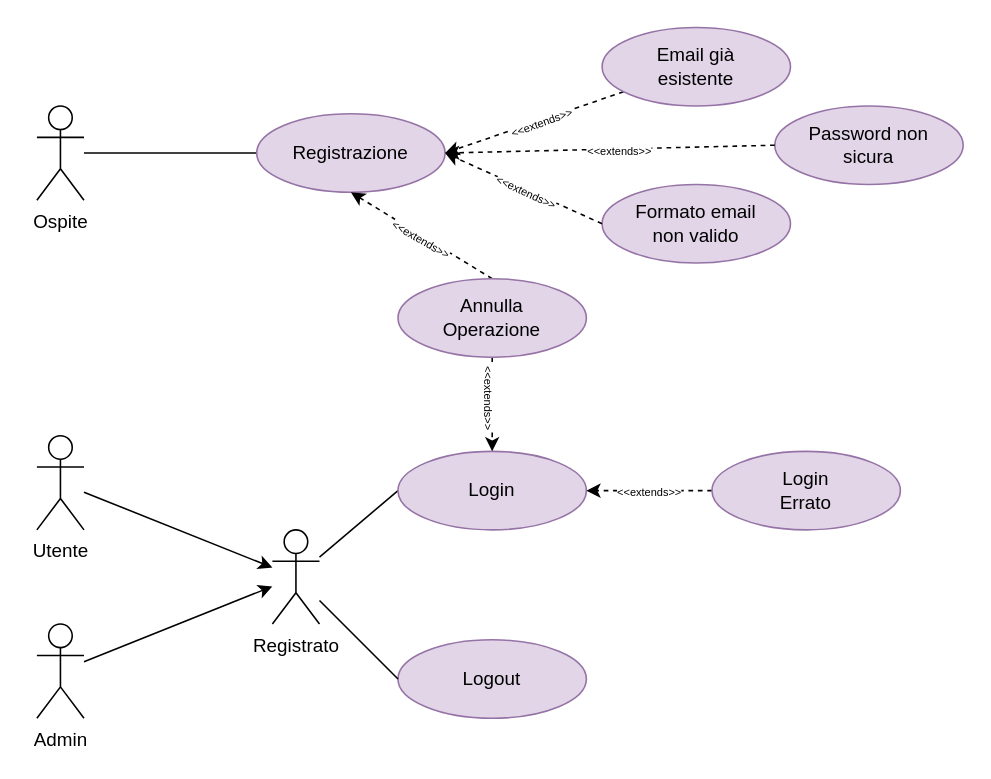
The draw.io diagram page "Autenticazione" (1 of 6) of Docs/Requirements Analysis/Diagrams/Use Cases/Winer.drawio in Gprisco/winer-unisa, before the edit. Source tidied: cells renumbered, new cells numbered last; positions are measured from the earlier drawing's top-left corner, leaving out a move shared by most shapes. Both pictures are drawn from the tidied source at 157%, with x=0, y=0 at pixel (36, 27).
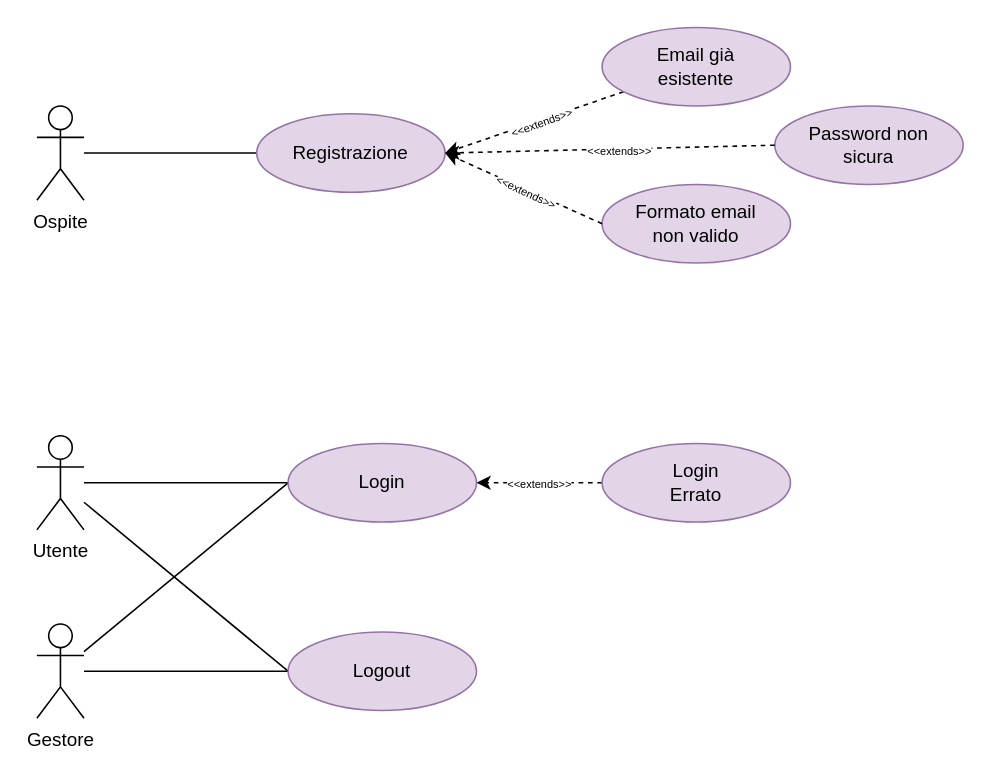
The same page after the edit.

Unchanged cells that the change refers to:
```xml
<mxCell id="4" value="Registrazione" style="ellipse;whiteSpace=wrap;html=1;fillColor=#e1d5e7;strokeColor=#9673a6;" parent="1" vertex="1">
  <mxGeometry x="140" y="55" width="120" height="50" as="geometry" />
</mxCell>
<mxCell id="9" value="Utente" style="shape=umlActor;verticalLabelPosition=bottom;verticalAlign=top;html=1;outlineConnect=0;" parent="1" vertex="1">
  <mxGeometry y="260" width="30" height="60" as="geometry" />
</mxCell>
```

What changed in the source:
```diff
@@
-    <mxCell id="8" style="rounded=0;jettySize=auto;html=1;" parent="1" edge="1" source="9" target="13">
-      <mxGeometry relative="1" as="geometry" />
-    </mxCell>
+    <mxCell id="30" style="edgeStyle=orthogonalEdgeStyle;rounded=0;jettySize=auto;html=1;endArrow=none;endFill=0;" parent="1" edge="1" source="9" target="14">
+      <mxGeometry relative="1" as="geometry">
+        <Array as="points">
+          <mxPoint x="120" y="290" />
+          <mxPoint x="120" y="290" />
+        </Array>
+      </mxGeometry>
+    </mxCell>
+    <mxCell id="31" style="rounded=0;jettySize=auto;html=1;entryX=0;entryY=0.5;entryDx=0;entryDy=0;endArrow=none;endFill=0;" parent="1" edge="1" source="9" target="15">
+      <mxGeometry relative="1" as="geometry" />
+    </mxCell>
@@
-    <mxCell id="10" style="edgeStyle=none;rounded=0;jettySize=auto;html=1;" parent="1" edge="1" source="11" target="13">
-      <mxGeometry relative="1" as="geometry" />
-    </mxCell>
+    <mxCell id="32" style="edgeStyle=orthogonalEdgeStyle;rounded=0;jettySize=auto;html=1;endArrow=none;endFill=0;" parent="1" edge="1" source="11" target="15">
+      <mxGeometry relative="1" as="geometry" />
+    </mxCell>
+    <mxCell id="33" style="edgeStyle=none;rounded=0;jettySize=auto;html=1;entryX=0;entryY=0.5;entryDx=0;entryDy=0;endArrow=none;endFill=0;" parent="1" edge="1" source="11" target="14">
+      <mxGeometry relative="1" as="geometry" />
+    </mxCell>
-    <mxCell id="11" value="Admin" style="shape=umlActor;verticalLabelPosition=bottom;verticalAlign=top;html=1;outlineConnect=0;" parent="1" vertex="1">
+    <mxCell id="11" value="Gestore" style="shape=umlActor;verticalLabelPosition=bottom;verticalAlign=top;html=1;outlineConnect=0;" parent="1" vertex="1">
       <mxGeometry y="380" width="30" height="60" as="geometry" />
     </mxCell>
-    <mxCell id="12" style="edgeStyle=none;rounded=0;jettySize=auto;html=1;endArrow=none;endFill=0;entryX=0;entryY=0.5;entryDx=0;entryDy=0;" parent="1" edge="1" source="13" target="14">
-      <mxGeometry relative="1" as="geometry" />
-    </mxCell>
-    <mxCell id="13" value="Registrato" style="shape=umlActor;verticalLabelPosition=bottom;verticalAlign=top;html=1;outlineConnect=0;" parent="1" vertex="1">
-      <mxGeometry x="150" y="320" width="30" height="60" as="geometry" />
-    </mxCell>
     <mxCell id="14" value="Login" style="ellipse;whiteSpace=wrap;html=1;fillColor=#e1d5e7;strokeColor=#9673a6;" parent="1" vertex="1">
-      <mxGeometry x="230" y="270" width="120" height="50" as="geometry" />
+      <mxGeometry x="160" y="265" width="120" height="50" as="geometry" />
     </mxCell>
     <mxCell id="15" value="Logout" style="ellipse;whiteSpace=wrap;html=1;fillColor=#e1d5e7;strokeColor=#9673a6;" parent="1" vertex="1">
-      <mxGeometry x="230" y="390" width="120" height="50" as="geometry" />
+      <mxGeometry x="160" y="385" width="120" height="50" as="geometry" />
     </mxCell>
-    <mxCell id="16" style="edgeStyle=none;rounded=0;jettySize=auto;html=1;endArrow=none;endFill=0;entryX=0;entryY=0.5;entryDx=0;entryDy=0;" parent="1" edge="1" source="13" target="15">
-      <mxGeometry relative="1" as="geometry" />
-    </mxCell>
@@
     <mxCell id="18" value="Login&lt;br&gt;Errato" style="ellipse;whiteSpace=wrap;html=1;fillColor=#e1d5e7;strokeColor=#9673a6;" parent="1" vertex="1">
-      <mxGeometry x="430" y="270" width="120" height="50" as="geometry" />
+      <mxGeometry x="360" y="265" width="120" height="50" as="geometry" />
     </mxCell>
-    <mxCell id="19" style="rounded=0;jettySize=auto;html=1;dashed=1;entryX=0.5;entryY=1;entryDx=0;entryDy=0;exitX=0.5;exitY=0;exitDx=0;exitDy=0;" parent="1" edge="1" source="23" target="4">
-      <mxGeometry relative="1" as="geometry" />
-    </mxCell>
-    <mxCell id="20" value="&lt;span style=&quot;font-size: 7px&quot;&gt;&amp;lt;&amp;lt;extends&amp;gt;&amp;gt;&lt;/span&gt;" style="edgeLabel;html=1;align=center;verticalAlign=middle;rotation=30;" parent="19" vertex="1">
-      <mxGeometry x="-0.02" y="1" relative="1" as="geometry" />
-    </mxCell>
-    <mxCell id="21" style="edgeStyle=none;rounded=0;jettySize=auto;html=1;entryX=0.5;entryY=0;entryDx=0;entryDy=0;dashed=1;exitX=0.5;exitY=1;exitDx=0;exitDy=0;" parent="1" edge="1" source="23" target="14">
-      <mxGeometry relative="1" as="geometry" />
-    </mxCell>
-    <mxCell id="22" value="&lt;span style=&quot;font-size: 7px&quot;&gt;&amp;lt;&amp;lt;extends&amp;gt;&amp;gt;&lt;/span&gt;" style="edgeLabel;html=1;align=center;verticalAlign=middle;rotation=90;" parent="21" vertex="1">
-      <mxGeometry x="-0.17" relative="1" as="geometry" />
-    </mxCell>
-    <mxCell id="23" value="Annulla&lt;br&gt;Operazione" style="ellipse;whiteSpace=wrap;html=1;fillColor=#e1d5e7;strokeColor=#9673a6;" parent="1" vertex="1">
-      <mxGeometry x="230" y="160" width="120" height="50" as="geometry" />
-    </mxCell>
```
